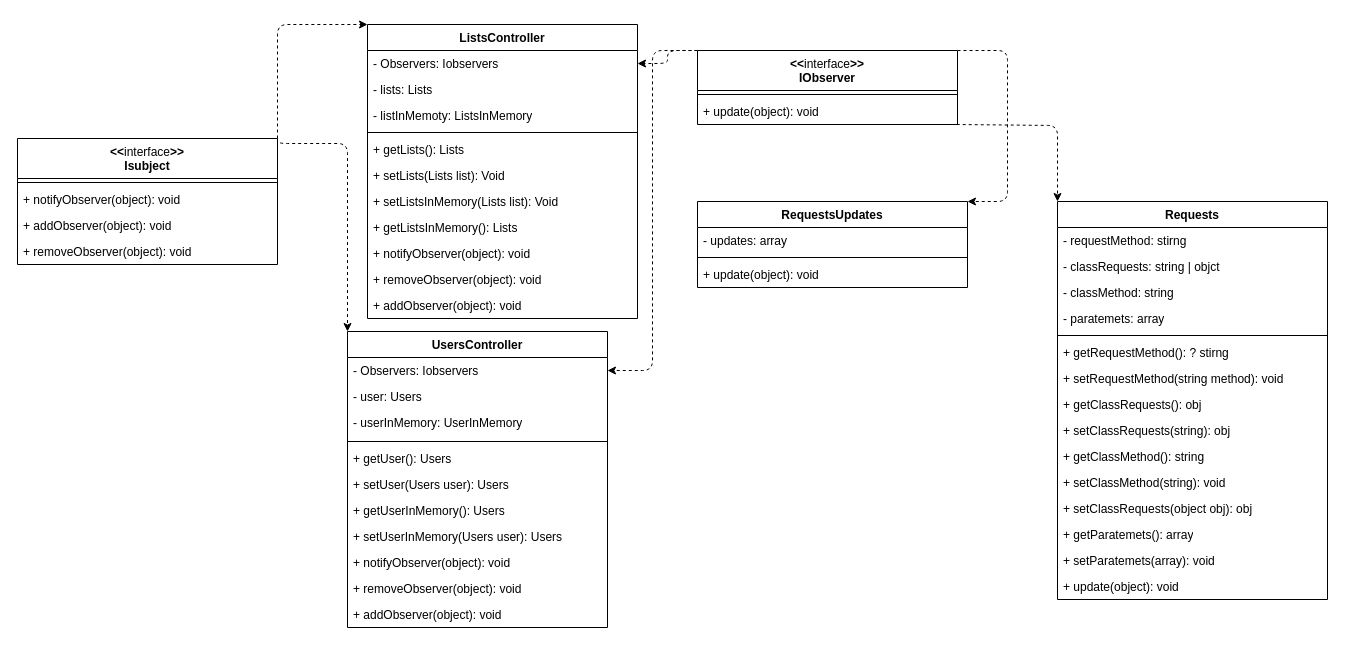
jedeias/toDoList keeps this draw.io diagram as observer.drawio. Above is the earlier version. Source tidied: cells renumbered, new cells numbered last; positions are measured from the earlier drawing's top-left corner, leaving out a move shared by most shapes. Both pictures are drawn from the tidied source at 100%, with x=0, y=0 at pixel (17, 24).
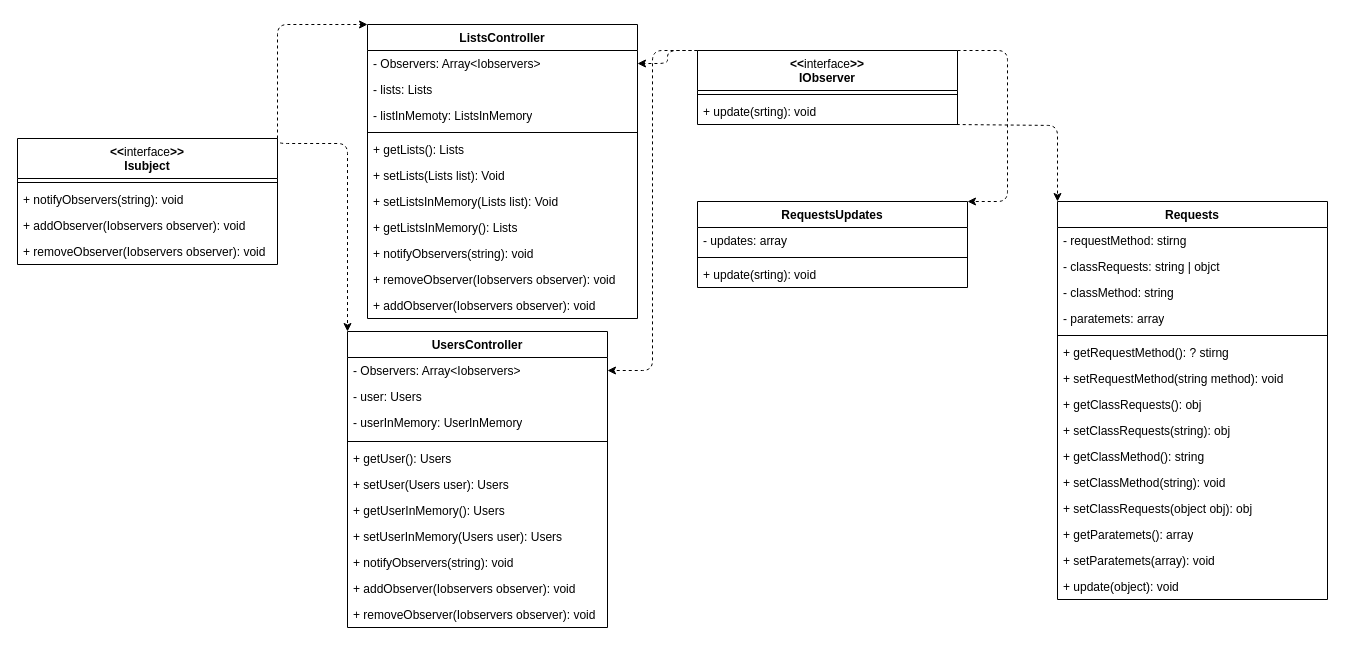
The same page after the edit.

Unchanged cells that the change refers to:
```xml
<mxCell id="4" value="ListsController" style="swimlane;fontStyle=1;align=center;verticalAlign=top;horizontal=1;startSize=26;whiteSpace=wrap;html=1;" parent="1" vertex="1">
  <mxGeometry x="350" width="270" height="294" as="geometry" />
</mxCell>
<mxCell id="16" value="UsersController" style="swimlane;fontStyle=1;align=center;verticalAlign=top;horizontal=1;startSize=26;whiteSpace=wrap;html=1;" parent="1" vertex="1">
  <mxGeometry x="330" y="307" width="260" height="296" as="geometry" />
</mxCell>
<mxCell id="28" value="&amp;lt;&amp;lt;&lt;span style=&quot;color: rgb(0, 0, 0); font-weight: 400;&quot;&gt;interface&lt;/span&gt;&amp;gt;&amp;gt;&lt;br&gt;Isubject" style="swimlane;fontStyle=1;align=center;verticalAlign=top;horizontal=1;startSize=40;whiteSpace=wrap;html=1;" parent="1" vertex="1">
  <mxGeometry y="114" width="260" height="126" as="geometry" />
</mxCell>
<mxCell id="37" value="&amp;lt;&amp;lt;&lt;span style=&quot;color: rgb(0, 0, 0); font-weight: 400;&quot;&gt;interface&lt;/span&gt;&amp;gt;&amp;gt;&lt;br&gt;IObserver" style="swimlane;fontStyle=1;align=center;verticalAlign=top;horizontal=1;startSize=40;whiteSpace=wrap;html=1;" parent="1" vertex="1">
  <mxGeometry x="680" y="26" width="260" height="74" as="geometry" />
</mxCell>
<mxCell id="40" value="RequestsUpdates" style="swimlane;fontStyle=1;align=center;verticalAlign=top;horizontal=1;startSize=26;whiteSpace=wrap;html=1;" parent="1" vertex="1">
  <mxGeometry x="680" y="177" width="270" height="86" as="geometry" />
</mxCell>
```

Change to the diagram source:
```diff
@@
-    <mxCell id="5" value="- Observers: Iobservers" style="text;strokeColor=none;fillColor=none;align=left;verticalAlign=top;spacingLeft=4;spacingRight=4;overflow=hidden;points=[[0,0.5],[1,0.5]];portConstraint=eastwest;whiteSpace=wrap;html=1;" parent="4" vertex="1">
+    <mxCell id="5" value="&lt;span style=&quot;color: rgb(0, 0, 0);&quot;&gt;- Observers: Array&amp;lt;Iobservers&amp;gt;&lt;/span&gt;" style="text;strokeColor=none;fillColor=none;align=left;verticalAlign=top;spacingLeft=4;spacingRight=4;overflow=hidden;points=[[0,0.5],[1,0.5]];portConstraint=eastwest;whiteSpace=wrap;html=1;" parent="4" vertex="1">
       <mxGeometry y="26" width="270" height="26" as="geometry" />
     </mxCell>
@@
-    <mxCell id="13" value="+ notifyObserver(object): void" style="text;strokeColor=none;fillColor=none;align=left;verticalAlign=top;spacingLeft=4;spacingRight=4;overflow=hidden;whiteSpace=wrap;html=1;" parent="4" vertex="1">
+    <mxCell id="13" value="+ notifyObservers(string): void" style="text;strokeColor=none;fillColor=none;align=left;verticalAlign=top;spacingLeft=4;spacingRight=4;overflow=hidden;whiteSpace=wrap;html=1;" parent="4" vertex="1">
       <mxGeometry y="216" width="270" height="26" as="geometry" />
     </mxCell>
-    <mxCell id="14" value="+ removeObserver(object): void" style="text;strokeColor=none;fillColor=none;align=left;verticalAlign=top;spacingLeft=4;spacingRight=4;overflow=hidden;whiteSpace=wrap;html=1;" parent="4" vertex="1">
+    <mxCell id="14" value="+ removeObserver(&lt;span style=&quot;color: rgb(0, 0, 0);&quot;&gt;Iobservers observer&lt;/span&gt;): void" style="text;strokeColor=none;fillColor=none;align=left;verticalAlign=top;spacingLeft=4;spacingRight=4;overflow=hidden;whiteSpace=wrap;html=1;" parent="4" vertex="1">
       <mxGeometry y="242" width="270" height="26" as="geometry" />
     </mxCell>
-    <mxCell id="15" value="+ addObserver(object): void" style="text;strokeColor=none;fillColor=none;align=left;verticalAlign=top;spacingLeft=4;spacingRight=4;overflow=hidden;whiteSpace=wrap;html=1;" parent="4" vertex="1">
+    <mxCell id="15" value="+ addObserver(&lt;span style=&quot;color: rgb(0, 0, 0);&quot;&gt;Iobservers observer&lt;/span&gt;): void" style="text;strokeColor=none;fillColor=none;align=left;verticalAlign=top;spacingLeft=4;spacingRight=4;overflow=hidden;whiteSpace=wrap;html=1;" parent="4" vertex="1">
       <mxGeometry y="268" width="270" height="26" as="geometry" />
     </mxCell>
@@
-    <mxCell id="17" value="- Observers: Iobservers" style="text;strokeColor=none;fillColor=none;align=left;verticalAlign=top;spacingLeft=4;spacingRight=4;overflow=hidden;points=[[0,0.5],[1,0.5]];portConstraint=eastwest;whiteSpace=wrap;html=1;" parent="16" vertex="1">
+    <mxCell id="17" value="- Observers: Array&amp;lt;Iobservers&amp;gt;" style="text;strokeColor=none;fillColor=none;align=left;verticalAlign=top;spacingLeft=4;spacingRight=4;overflow=hidden;points=[[0,0.5],[1,0.5]];portConstraint=eastwest;whiteSpace=wrap;html=1;" parent="16" vertex="1">
       <mxGeometry y="26" width="260" height="26" as="geometry" />
     </mxCell>
@@
-    <mxCell id="25" value="+ notifyObserver(object): void" style="text;strokeColor=none;fillColor=none;align=left;verticalAlign=top;spacingLeft=4;spacingRight=4;overflow=hidden;whiteSpace=wrap;html=1;" parent="16" vertex="1">
-      <mxGeometry y="218" width="260" height="26" as="geometry" />
-    </mxCell>
-    <mxCell id="26" value="+ removeObserver(object): void" style="text;strokeColor=none;fillColor=none;align=left;verticalAlign=top;spacingLeft=4;spacingRight=4;overflow=hidden;whiteSpace=wrap;html=1;" parent="16" vertex="1">
-      <mxGeometry y="244" width="260" height="26" as="geometry" />
-    </mxCell>
-    <mxCell id="27" value="+ addObserver(object): void" style="text;strokeColor=none;fillColor=none;align=left;verticalAlign=top;spacingLeft=4;spacingRight=4;overflow=hidden;whiteSpace=wrap;html=1;" parent="16" vertex="1">
-      <mxGeometry y="270" width="260" height="26" as="geometry" />
-    </mxCell>
+    <mxCell id="60" value="+ notifyObservers(string): void" style="text;strokeColor=none;fillColor=none;align=left;verticalAlign=top;spacingLeft=4;spacingRight=4;overflow=hidden;whiteSpace=wrap;html=1;" parent="16" vertex="1">
+      <mxGeometry y="218" width="260" height="26" as="geometry" />
+    </mxCell>
+    <mxCell id="61" value="+ addObserver(&lt;span style=&quot;color: rgb(0, 0, 0);&quot;&gt;Iobservers observer&lt;/span&gt;): void" style="text;strokeColor=none;fillColor=none;align=left;verticalAlign=top;spacingLeft=4;spacingRight=4;overflow=hidden;whiteSpace=wrap;html=1;" parent="16" vertex="1">
+      <mxGeometry y="244" width="260" height="26" as="geometry" />
+    </mxCell>
+    <mxCell id="62" value="+ removeObserver(&lt;span style=&quot;color: rgb(0, 0, 0);&quot;&gt;Iobservers observer&lt;/span&gt;): void" style="text;strokeColor=none;fillColor=none;align=left;verticalAlign=top;spacingLeft=4;spacingRight=4;overflow=hidden;whiteSpace=wrap;html=1;" parent="16" vertex="1">
+      <mxGeometry y="270" width="260" height="26" as="geometry" />
+    </mxCell>
@@
-    <mxCell id="30" value="+ notifyObserver(object): void" style="text;strokeColor=none;fillColor=none;align=left;verticalAlign=top;spacingLeft=4;spacingRight=4;overflow=hidden;whiteSpace=wrap;html=1;" parent="28" vertex="1">
+    <mxCell id="30" value="+ notifyObservers(string): void" style="text;strokeColor=none;fillColor=none;align=left;verticalAlign=top;spacingLeft=4;spacingRight=4;overflow=hidden;whiteSpace=wrap;html=1;" parent="28" vertex="1">
       <mxGeometry y="48" width="260" height="26" as="geometry" />
     </mxCell>
-    <mxCell id="31" value="+ addObserver(object): void" style="text;strokeColor=none;fillColor=none;align=left;verticalAlign=top;spacingLeft=4;spacingRight=4;overflow=hidden;whiteSpace=wrap;html=1;" parent="28" vertex="1">
-      <mxGeometry y="74" width="260" height="26" as="geometry" />
-    </mxCell>
-    <mxCell id="32" value="+ removeObserver(object): void" style="text;strokeColor=none;fillColor=none;align=left;verticalAlign=top;spacingLeft=4;spacingRight=4;overflow=hidden;whiteSpace=wrap;html=1;" parent="28" vertex="1">
-      <mxGeometry y="100" width="260" height="26" as="geometry" />
-    </mxCell>
+    <mxCell id="63" value="+ addObserver(&lt;span style=&quot;color: rgb(0, 0, 0);&quot;&gt;Iobservers observer&lt;/span&gt;): void" style="text;strokeColor=none;fillColor=none;align=left;verticalAlign=top;spacingLeft=4;spacingRight=4;overflow=hidden;whiteSpace=wrap;html=1;" parent="28" vertex="1">
+      <mxGeometry y="74" width="260" height="26" as="geometry" />
+    </mxCell>
+    <mxCell id="64" value="+ removeObserver(&lt;span style=&quot;color: rgb(0, 0, 0);&quot;&gt;Iobservers observer&lt;/span&gt;): void" style="text;strokeColor=none;fillColor=none;align=left;verticalAlign=top;spacingLeft=4;spacingRight=4;overflow=hidden;whiteSpace=wrap;html=1;" parent="28" vertex="1">
+      <mxGeometry y="100" width="260" height="26" as="geometry" />
+    </mxCell>
@@
-    <mxCell id="39" value="+ update(object): void" style="text;strokeColor=none;fillColor=none;align=left;verticalAlign=top;spacingLeft=4;spacingRight=4;overflow=hidden;points=[[0,0.5],[1,0.5]];portConstraint=eastwest;whiteSpace=wrap;html=1;" parent="37" vertex="1">
+    <mxCell id="39" value="+ update(srting): void" style="text;strokeColor=none;fillColor=none;align=left;verticalAlign=top;spacingLeft=4;spacingRight=4;overflow=hidden;points=[[0,0.5],[1,0.5]];portConstraint=eastwest;whiteSpace=wrap;html=1;" parent="37" vertex="1">
       <mxGeometry y="48" width="260" height="26" as="geometry" />
     </mxCell>
@@
-    <mxCell id="43" value="+ update(object): void" style="text;strokeColor=none;fillColor=none;align=left;verticalAlign=top;spacingLeft=4;spacingRight=4;overflow=hidden;whiteSpace=wrap;html=1;" parent="40" vertex="1">
+    <mxCell id="43" value="+ update(srting): void" style="text;strokeColor=none;fillColor=none;align=left;verticalAlign=top;spacingLeft=4;spacingRight=4;overflow=hidden;whiteSpace=wrap;html=1;" parent="40" vertex="1">
       <mxGeometry y="60" width="270" height="26" as="geometry" />
     </mxCell>
```
